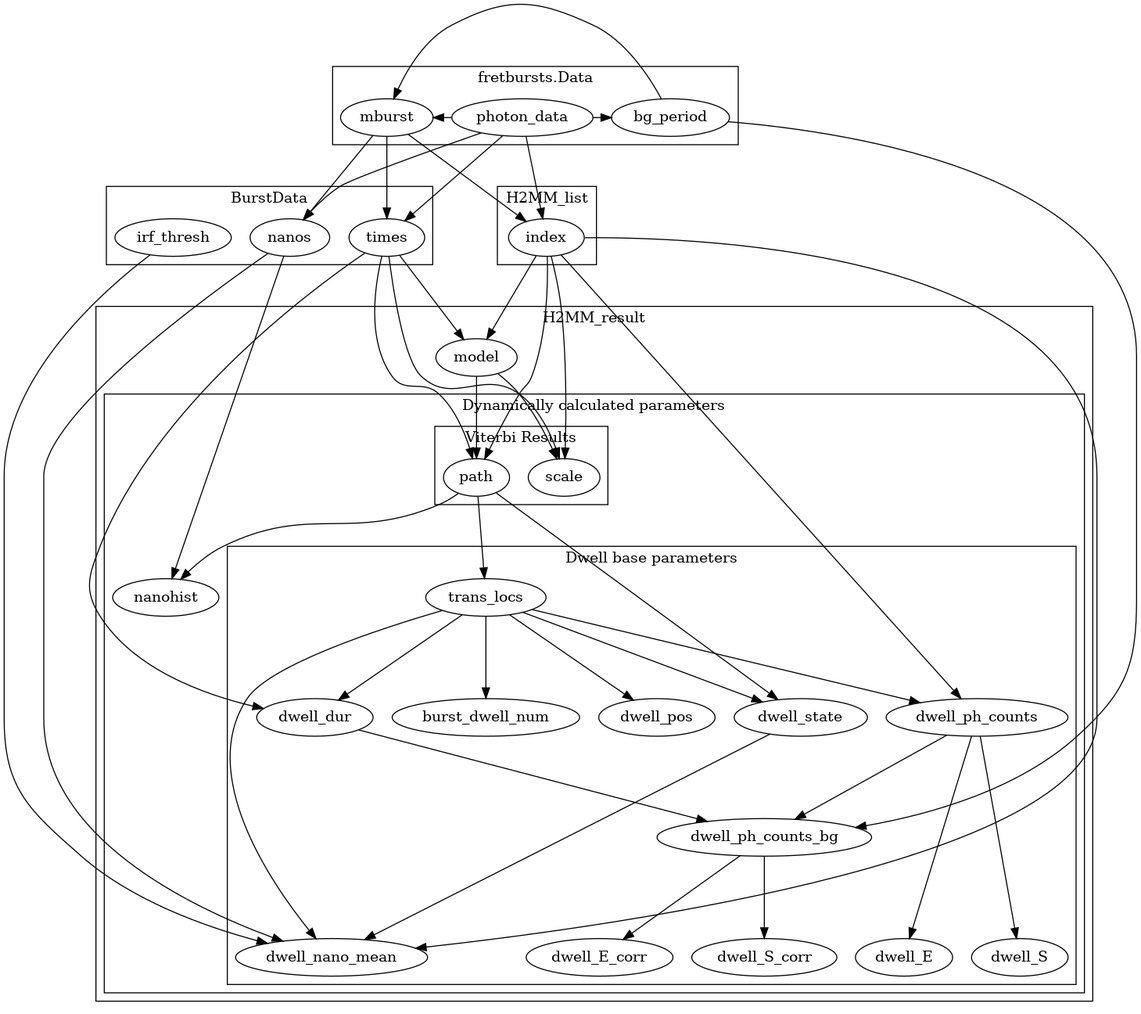
This is docs/source/images/result_params.png from harripd/burstH2MM, a Graphviz export, as it was before one commit. Its source is kept beside it as docs/source/images/result_params.dot.
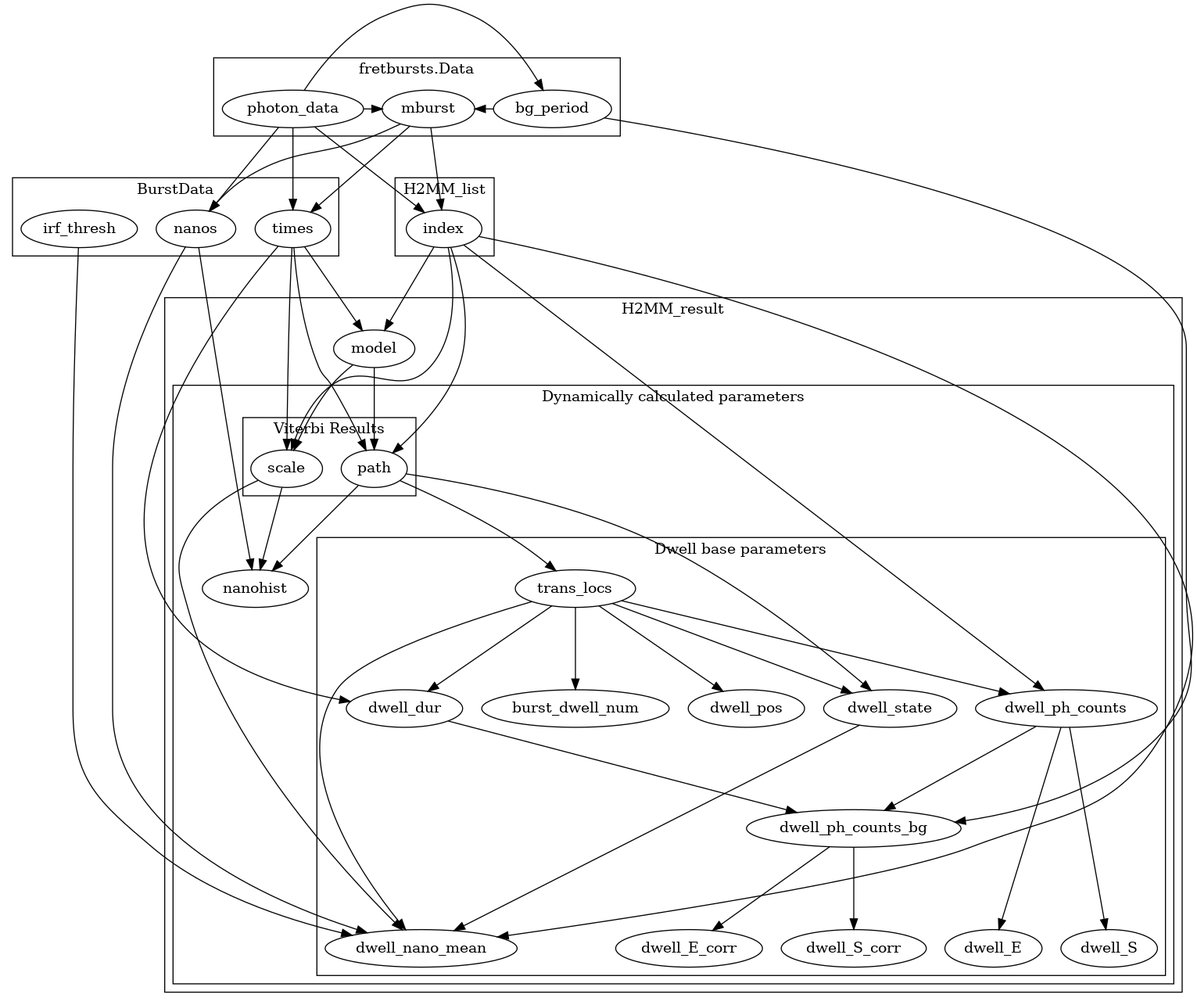
The same file after the commit.

Diff of the diagram source:
```diff
@@ -20,10 +20,10 @@
 {index, times} -> model;
 {photon_data, mburst} -> {times, index, nanos};
 {model, times, index} -> {path, scale};
-{path, nanos} -> nanohist;
+{path, nanos, scale} -> nanohist;
 {times, trans_locs} -> dwell_dur;
 {index, trans_locs} -> dwell_ph_counts;
-{index, nanos, trans_locs, dwell_state, irf_thresh} -> dwell_nano_mean;
+{index, nanos, trans_locs, dwell_state, irf_thresh, scale} -> dwell_nano_mean;
 {bg_period, dwell_dur, dwell_ph_counts} -> dwell_ph_counts_bg;
 
 subgraph cluster3{
```
